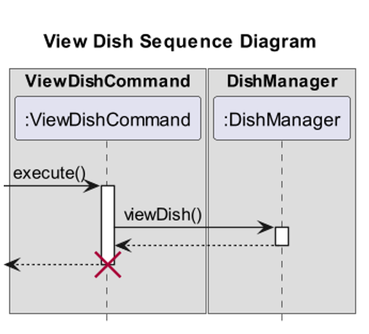
The PlantUML diagram docs/uml/images/ViewDishCommandSequenceDiagram.png in nus-cs2113-AY2223S2/tp, before a commit. Its source is kept beside it as docs/uml/ViewDishCommandSequenceDiagram.puml. The source it was exported from:
```plantuml
@startuml
hide footbox
title View Dish Sequence Diagram

box "ViewDishCommand"
participant ":ViewDishCommand" as ViewDishCommand
endbox

box "DishManager"
participant ":DishManager" as DishManager
endbox

-> ViewDishCommand: execute()
activate ViewDishCommand
ViewDishCommand -> DishManager ++ : viewDish()
ViewDishCommand <-- DishManager
deactivate
<-- ViewDishCommand:

|||
destroy ViewDishCommand
@enduml
```
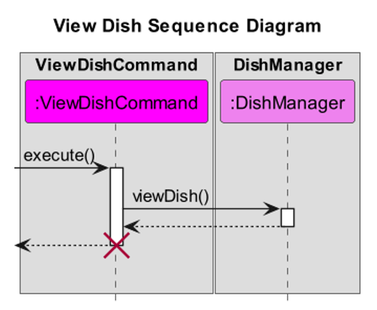
The same diagram one commit later.

Commit message:
Update Dish UML sequence diagrams with colors

What changed in the source:
```diff
@@ -1,13 +1,14 @@
 @startuml
+!include Style.puml
 hide footbox
 title View Dish Sequence Diagram
 
 box "ViewDishCommand"
-participant ":ViewDishCommand" as ViewDishCommand
+participant ":ViewDishCommand" as ViewDishCommand COMMAND_COLOR
 endbox
 
 box "DishManager"
-participant ":DishManager" as DishManager
+participant ":DishManager" as DishManager MANAGER_COLOR
 endbox
 
 -> ViewDishCommand: execute()
```
